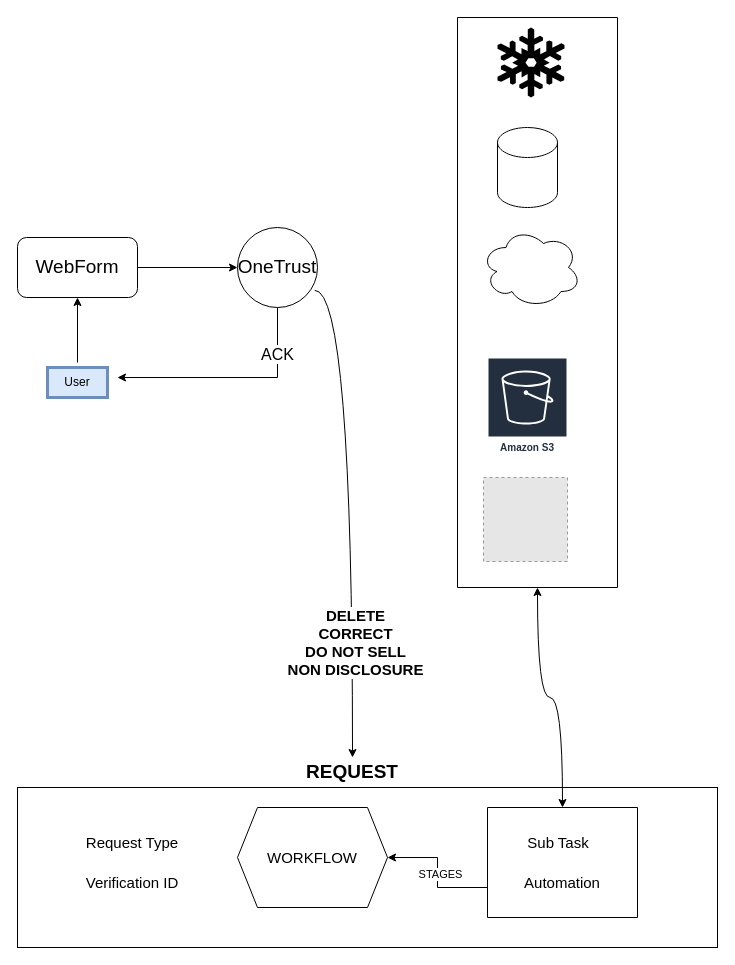
Above: Cookie.drawio in flatbox-developers/draw.io (draw.io), before the change. Source tidied: cells renumbered, new cells numbered last; positions are measured from the earlier drawing's top-left corner, leaving out a move shared by most shapes. Both pictures are drawn from the tidied source at 100%, with x=0, y=0 at pixel (17, 17). Pictures stored in the file or linked from it are replaced by grey dashed boxes.
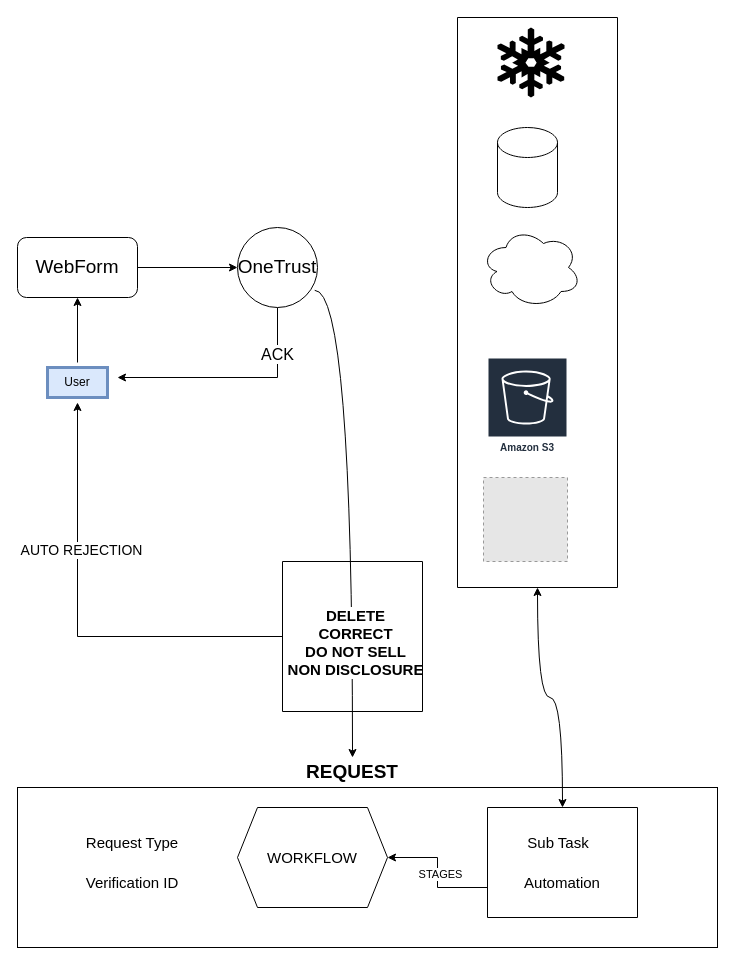
The same diagram, later.

The change refers to these unchanged cells:
```xml
<mxCell id="10" value="User" style="text;html=1;align=center;verticalAlign=middle;whiteSpace=wrap;rounded=0;fillColor=#dae8fc;perimeterSpacing=5;strokeWidth=3;strokeColor=#6c8ebf;" parent="1" vertex="1">
  <mxGeometry x="30" y="350" width="60" height="30" as="geometry" />
</mxCell>
```

Diff of the diagram source:
```diff
@@
+    <mxCell id="28" style="edgeStyle=orthogonalEdgeStyle;rounded=0;jettySize=auto;html=1;entryX=0.5;entryY=1;entryDx=0;entryDy=0;" parent="1" edge="1" source="30" target="10">
+      <mxGeometry relative="1" as="geometry" />
+    </mxCell>
+    <mxCell id="29" value="&lt;font style=&quot;font-size: 14px;&quot;&gt;AUTO REJECTION&lt;/font&gt;" style="edgeLabel;html=1;align=center;verticalAlign=middle;" parent="28" vertex="1">
+      <mxGeometry x="0.33" y="-3" relative="1" as="geometry" />
+    </mxCell>
+    <mxCell id="30" style="swimlane;startSize=0;" parent="1" vertex="1">
+      <mxGeometry x="265" y="544" width="140" height="150" as="geometry" />
+    </mxCell>
```
